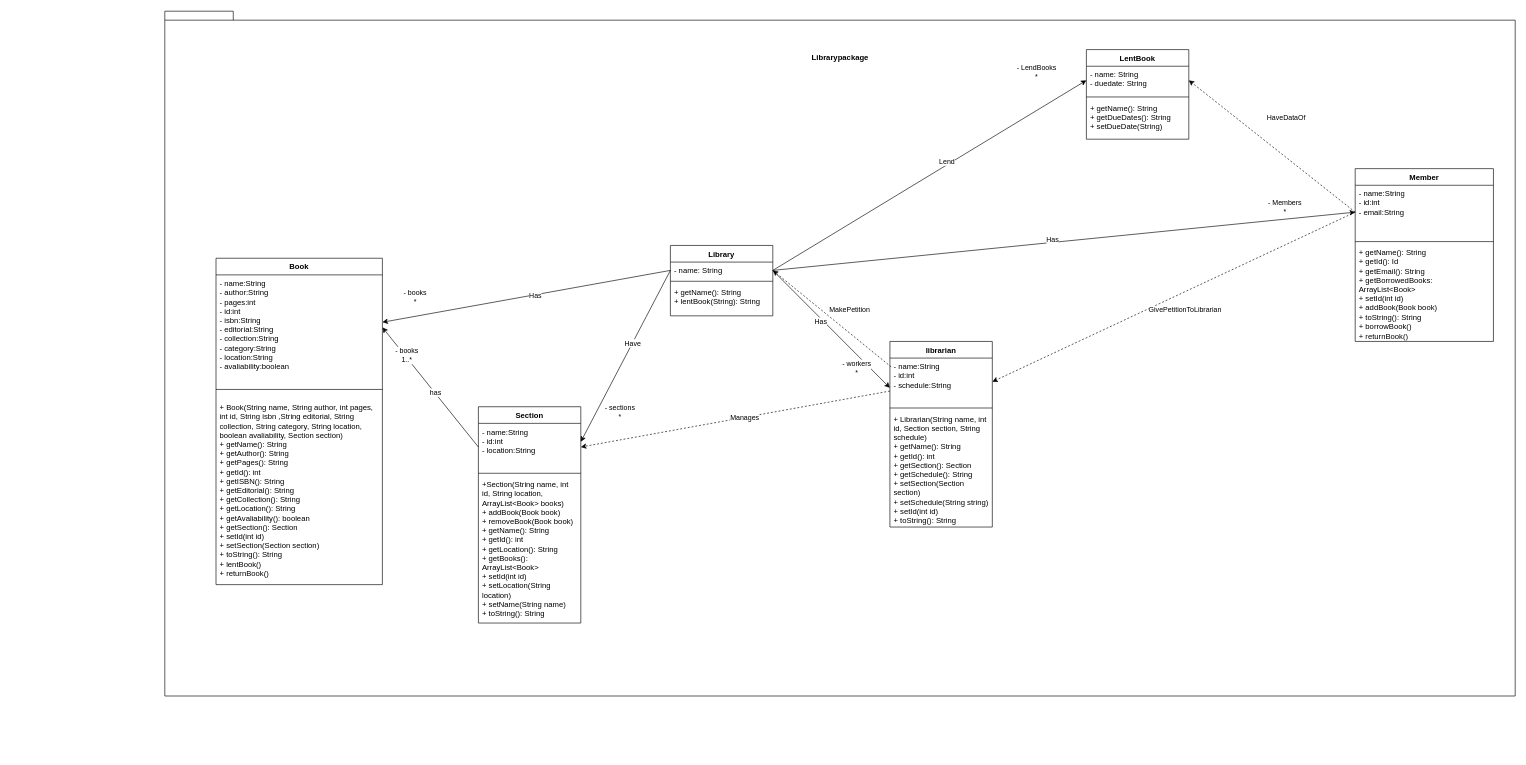
Earlier version of the draw.io diagram Week6/Library.drawio (Julian-Florez/OOP-Project). Source tidied: cells renumbered, new cells numbered last; positions are measured from the earlier drawing's top-left corner, leaving out a move shared by most shapes. Both pictures are drawn from the tidied source at 64%, with x=0, y=0 at pixel (164, 11).
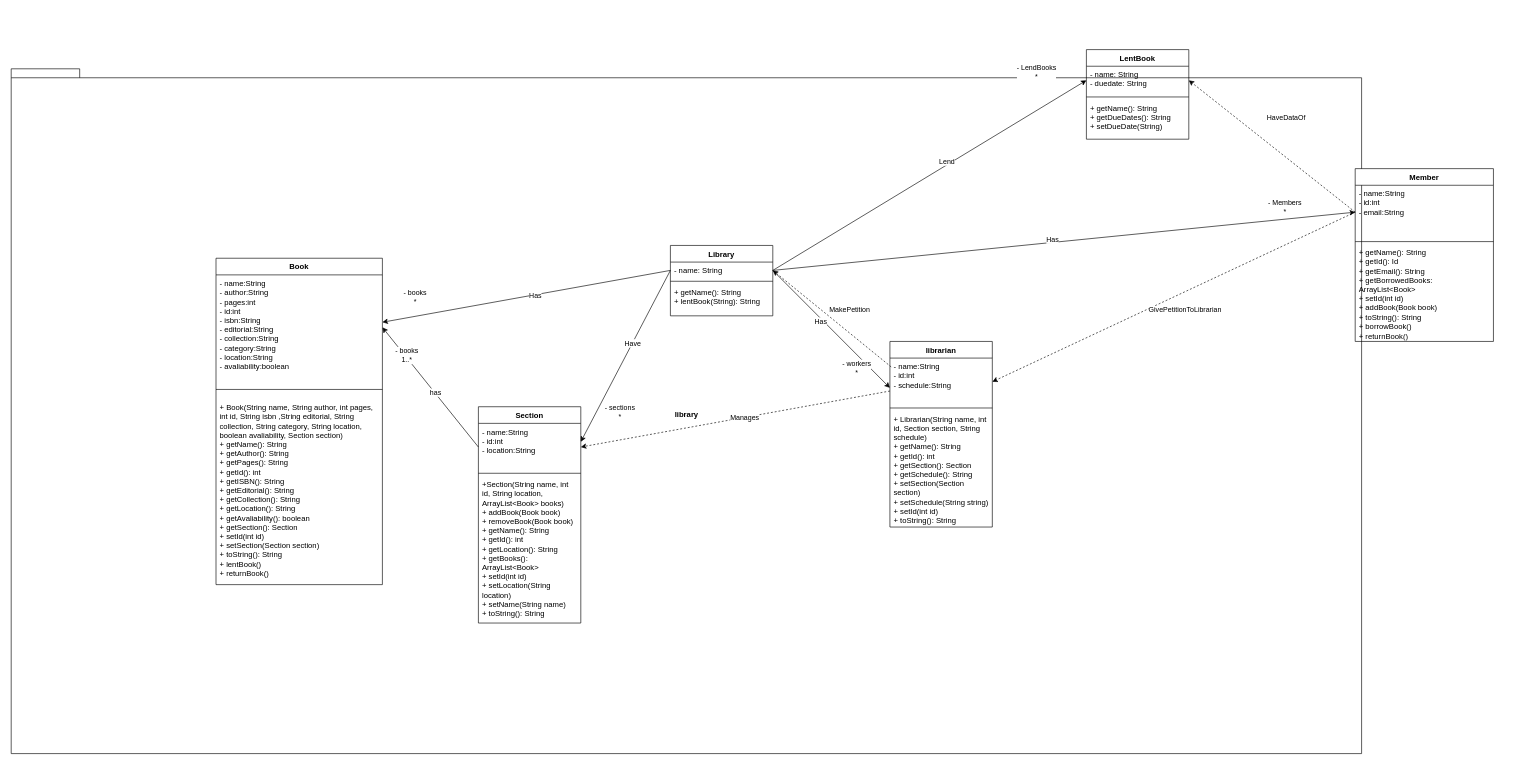
After the change.

The edit, as a diff of the source:
```diff
@@
-    <mxCell id="2" value="Librarypackage&lt;br&gt;&lt;br&gt;&lt;br&gt;&lt;br&gt;&lt;br&gt;&lt;br&gt;&lt;br&gt;&lt;br&gt;&lt;br&gt;&lt;br&gt;&lt;br&gt;&lt;br&gt;&lt;br&gt;&lt;br&gt;&lt;br&gt;&lt;br&gt;&lt;br&gt;&lt;br&gt;&lt;br&gt;&lt;br&gt;&lt;br&gt;&lt;br&gt;&lt;br&gt;&lt;br&gt;&lt;br&gt;&lt;br&gt;&lt;br&gt;&lt;br&gt;&lt;br&gt;&lt;br&gt;&lt;br&gt;&lt;br&gt;&lt;br&gt;&lt;br&gt;&lt;br&gt;&lt;br&gt;&lt;br&gt;&lt;br&gt;&lt;br&gt;&lt;br&gt;&lt;br&gt;&lt;br&gt;&lt;br&gt;&lt;br&gt;&lt;br&gt;&lt;br&gt;&lt;br&gt;&lt;br&gt;&lt;br&gt;&lt;br&gt;&lt;br&gt;&lt;br&gt;&lt;br&gt;&lt;br&gt;&lt;br&gt;&lt;br&gt;&lt;br&gt;&lt;br&gt;&lt;br&gt;&lt;br&gt;&lt;br&gt;&lt;br&gt;&lt;br&gt;&lt;br&gt;&lt;br&gt;&lt;br&gt;" style="shape=folder;fontStyle=1;spacingTop=10;tabWidth=40;tabHeight=14;tabPosition=left;html=1;" parent="1" vertex="1">
-      <mxGeometry width="2110" height="1070" as="geometry" />
+    <mxCell id="2" value="library" style="shape=folder;fontStyle=1;spacingTop=10;tabWidth=40;tabHeight=14;tabPosition=left;html=1;" parent="1" vertex="1">
+      <mxGeometry x="-240" y="90" width="2110" height="1070" as="geometry" />
     </mxCell>
```
